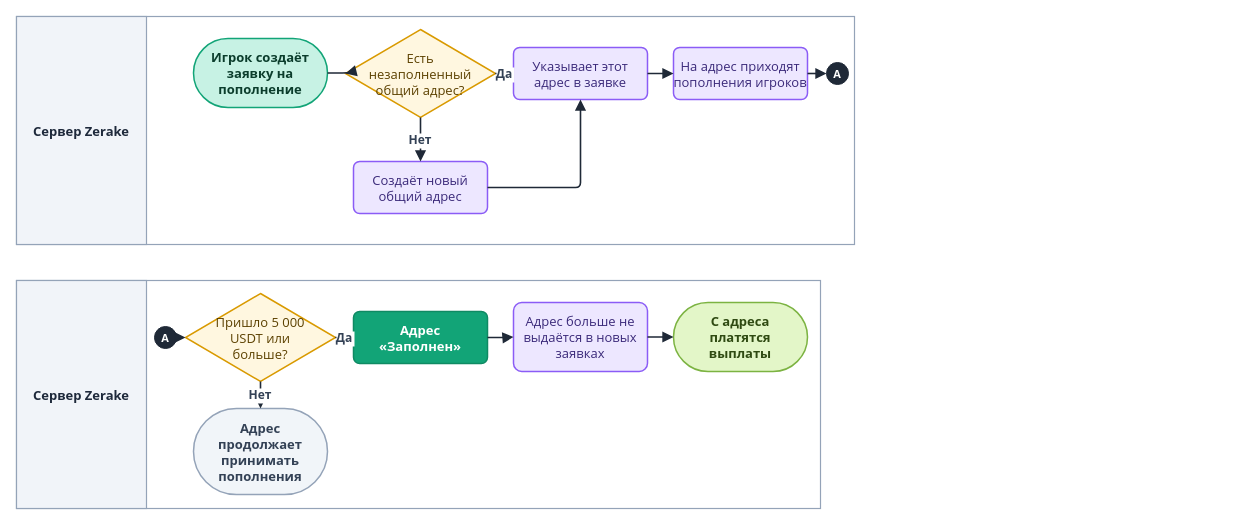
Earlier version of the draw.io diagram diagrams/drawio/pool-address.drawio (LILSUFFER/zerake-docs). Source tidied: cells renumbered, new cells numbered last; positions are measured from the earlier drawing's top-left corner, leaving out a move shared by most shapes. Both pictures are drawn from the tidied source at 100%, with x=0, y=0 at pixel (16, 16).
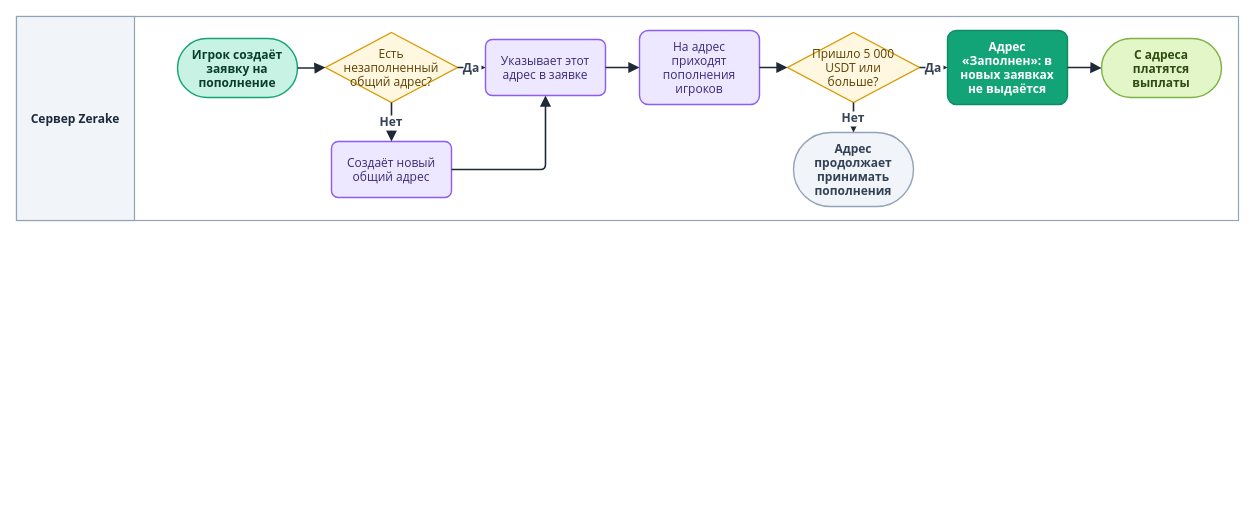
The same diagram, later.

The edit, as a diff of the source:
```diff
@@
     <mxCell id="2" style="rounded=0;html=0;fillColor=#FFFFFF;strokeColor=#94A3B8;strokeWidth=1.2;" parent="1" vertex="1">
-      <mxGeometry width="838" height="228" as="geometry" />
+      <mxGeometry width="1222" height="204" as="geometry" />
     </mxCell>
-    <mxCell id="3" value="Сервер Zerake" style="rounded=0;html=0;fillColor=#F1F4F9;strokeColor=#94A3B8;strokeWidth=1.2;fontColor=#1E293B;fontStyle=1;fontSize=13;fontFamily=Segoe UI;align=center;verticalAlign=middle;" parent="1" vertex="1">
-      <mxGeometry width="130" height="228" as="geometry" />
+    <mxCell id="3" value="Сервер Zerake" style="rounded=0;html=0;fillColor=#F1F4F9;strokeColor=#94A3B8;strokeWidth=1.2;fontColor=#1E293B;fontStyle=1;fontSize=12;fontFamily=Segoe UI;align=center;verticalAlign=middle;" parent="1" vertex="1">
+      <mxGeometry width="118" height="204" as="geometry" />
     </mxCell>
-    <mxCell id="4" style="rounded=0;html=0;fillColor=#FFFFFF;strokeColor=#94A3B8;strokeWidth=1.2;" parent="1" vertex="1">
-      <mxGeometry y="264" width="804" height="228" as="geometry" />
-    </mxCell>
-    <mxCell id="5" value="Сервер Zerake" style="rounded=0;html=0;fillColor=#F1F4F9;strokeColor=#94A3B8;strokeWidth=1.2;fontColor=#1E293B;fontStyle=1;fontSize=13;fontFamily=Segoe UI;align=center;verticalAlign=middle;" parent="1" vertex="1">
-      <mxGeometry y="264" width="130" height="228" as="geometry" />
-    </mxCell>
-    <mxCell id="6" value="Игрок создаёт&#10;заявку на&#10;пополнение" style="rounded=1;arcSize=50;html=0;fontStyle=1;fillColor=#C7F2E4;strokeColor=#12A477;fontColor=#0B3D2C;fontFamily=Segoe UI;fontSize=13;strokeWidth=1.5;" parent="1" vertex="1">
-      <mxGeometry x="177" y="22" width="134" height="69" as="geometry" />
+    <mxCell id="6" value="Игрок создаёт&#10;заявку на&#10;пополнение" style="rounded=1;arcSize=50;html=0;fontStyle=1;fillColor=#C7F2E4;strokeColor=#12A477;fontColor=#0B3D2C;fontFamily=Segoe UI;fontSize=12;strokeWidth=1.4;" parent="1" vertex="1">
+      <mxGeometry x="161" y="22" width="120" height="59" as="geometry" />
     </mxCell>
-    <mxCell id="7" value="Есть&#10;незаполненный&#10;общий адрес?" style="rhombus;html=0;fillColor=#FFF7E0;strokeColor=#D99A00;fontColor=#5C4100;fontFamily=Segoe UI;fontSize=13;strokeWidth=1.5;" parent="1" vertex="1">
-      <mxGeometry x="329" y="13" width="150" height="88" as="geometry" />
+    <mxCell id="7" value="Есть&#10;незаполненный&#10;общий адрес?" style="rhombus;html=0;fillColor=#FFF7E0;strokeColor=#D99A00;fontColor=#5C4100;fontFamily=Segoe UI;fontSize=12;strokeWidth=1.4;" parent="1" vertex="1">
+      <mxGeometry x="309" y="16" width="132" height="70" as="geometry" />
     </mxCell>
-    <mxCell id="8" value="Создаёт новый&#10;общий адрес" style="rounded=1;arcSize=12;html=0;fillColor=#EDE7FF;strokeColor=#8B5CF6;fontColor=#3B2A7A;fontFamily=Segoe UI;fontSize=13;strokeWidth=1.5;" parent="1" vertex="1">
-      <mxGeometry x="337" y="145" width="134" height="52" as="geometry" />
+    <mxCell id="8" value="Создаёт новый&#10;общий адрес" style="rounded=1;arcSize=12;html=0;fillColor=#EDE7FF;strokeColor=#8B5CF6;fontColor=#3B2A7A;fontFamily=Segoe UI;fontSize=12;strokeWidth=1.4;" parent="1" vertex="1">
+      <mxGeometry x="315" y="125" width="120" height="56" as="geometry" />
     </mxCell>
-    <mxCell id="9" value="Указывает этот&#10;адрес в заявке" style="rounded=1;arcSize=12;html=0;fillColor=#EDE7FF;strokeColor=#8B5CF6;fontColor=#3B2A7A;fontFamily=Segoe UI;fontSize=13;strokeWidth=1.5;" parent="1" vertex="1">
-      <mxGeometry x="497" y="31" width="134" height="52" as="geometry" />
+    <mxCell id="9" value="Указывает этот&#10;адрес в заявке" style="rounded=1;arcSize=12;html=0;fillColor=#EDE7FF;strokeColor=#8B5CF6;fontColor=#3B2A7A;fontFamily=Segoe UI;fontSize=12;strokeWidth=1.4;" parent="1" vertex="1">
+      <mxGeometry x="469" y="23" width="120" height="56" as="geometry" />
     </mxCell>
-    <mxCell id="10" value="На адрес приходят&#10;пополнения игроков" style="rounded=1;arcSize=12;html=0;fillColor=#EDE7FF;strokeColor=#8B5CF6;fontColor=#3B2A7A;fontFamily=Segoe UI;fontSize=13;strokeWidth=1.5;" parent="1" vertex="1">
-      <mxGeometry x="657" y="31" width="134" height="52" as="geometry" />
+    <mxCell id="10" value="На адрес&#10;приходят&#10;пополнения&#10;игроков" style="rounded=1;arcSize=12;html=0;fillColor=#EDE7FF;strokeColor=#8B5CF6;fontColor=#3B2A7A;fontFamily=Segoe UI;fontSize=12;strokeWidth=1.4;" parent="1" vertex="1">
+      <mxGeometry x="623" y="14" width="120" height="74" as="geometry" />
     </mxCell>
-    <mxCell id="11" value="Пришло 5 000&#10;USDT или&#10;больше?" style="rhombus;html=0;fillColor=#FFF7E0;strokeColor=#D99A00;fontColor=#5C4100;fontFamily=Segoe UI;fontSize=13;strokeWidth=1.5;" parent="1" vertex="1">
-      <mxGeometry x="169" y="277" width="150" height="88" as="geometry" />
+    <mxCell id="11" value="Пришло 5 000&#10;USDT или&#10;больше?" style="rhombus;html=0;fillColor=#FFF7E0;strokeColor=#D99A00;fontColor=#5C4100;fontFamily=Segoe UI;fontSize=12;strokeWidth=1.4;" parent="1" vertex="1">
+      <mxGeometry x="771" y="16" width="132" height="70" as="geometry" />
     </mxCell>
-    <mxCell id="12" value="Адрес&#10;продолжает&#10;принимать&#10;пополнения" style="rounded=1;arcSize=50;html=0;fontStyle=1;fillColor=#F1F5F9;strokeColor=#94A3B8;fontColor=#334155;fontFamily=Segoe UI;fontSize=13;strokeWidth=1.5;" parent="1" vertex="1">
-      <mxGeometry x="177" y="392" width="134" height="86" as="geometry" />
+    <mxCell id="12" value="Адрес&#10;продолжает&#10;принимать&#10;пополнения" style="rounded=1;arcSize=50;html=0;fontStyle=1;fillColor=#F1F5F9;strokeColor=#94A3B8;fontColor=#334155;fontFamily=Segoe UI;fontSize=12;strokeWidth=1.4;" parent="1" vertex="1">
+      <mxGeometry x="777" y="116" width="120" height="74" as="geometry" />
     </mxCell>
-    <mxCell id="13" value="Адрес&#10;«Заполнен»" style="rounded=1;arcSize=12;html=0;fillColor=#12A477;strokeColor=#0F8A63;fontColor=#FFFFFF;fontStyle=1;fontFamily=Segoe UI;fontSize=13;strokeWidth=1.5;" parent="1" vertex="1">
-      <mxGeometry x="337" y="295" width="134" height="52" as="geometry" />
+    <mxCell id="13" value="Адрес&#10;«Заполнен»: в&#10;новых заявках&#10;не выдаётся" style="rounded=1;arcSize=12;html=0;fillColor=#12A477;strokeColor=#0F8A63;fontColor=#FFFFFF;fontStyle=1;fontFamily=Segoe UI;fontSize=12;strokeWidth=1.4;" parent="1" vertex="1">
+      <mxGeometry x="931" y="14" width="120" height="74" as="geometry" />
     </mxCell>
-    <mxCell id="14" value="Адрес больше не&#10;выдаётся в новых&#10;заявках" style="rounded=1;arcSize=12;html=0;fillColor=#EDE7FF;strokeColor=#8B5CF6;fontColor=#3B2A7A;fontFamily=Segoe UI;fontSize=13;strokeWidth=1.5;" parent="1" vertex="1">
-      <mxGeometry x="497" y="286" width="134" height="69" as="geometry" />
-    </mxCell>
-    <mxCell id="15" value="С адреса&#10;платятся&#10;выплаты" style="rounded=1;arcSize=50;html=0;fontStyle=1;fillColor=#E3F6C8;strokeColor=#7CB342;fontColor=#2F4A12;fontFamily=Segoe UI;fontSize=13;strokeWidth=1.5;" parent="1" vertex="1">
-      <mxGeometry x="657" y="286" width="134" height="69" as="geometry" />
+    <mxCell id="15" value="С адреса&#10;платятся&#10;выплаты" style="rounded=1;arcSize=50;html=0;fontStyle=1;fillColor=#E3F6C8;strokeColor=#7CB342;fontColor=#2F4A12;fontFamily=Segoe UI;fontSize=12;strokeWidth=1.4;" parent="1" vertex="1">
+      <mxGeometry x="1085" y="22" width="120" height="59" as="geometry" />
     </mxCell>
@@
-    <mxCell id="21" value="A" style="ellipse;html=0;fillColor=#1F2937;strokeColor=#1F2937;fontColor=#FFFFFF;fontStyle=1;fontSize=11;fontFamily=Segoe UI;" parent="1" vertex="1">
-      <mxGeometry x="810" y="46" width="22" height="22" as="geometry" />
-    </mxCell>
-    <mxCell id="22" value="A" style="ellipse;html=0;fillColor=#1F2937;strokeColor=#1F2937;fontColor=#FFFFFF;fontStyle=1;fontSize=11;fontFamily=Segoe UI;" parent="1" vertex="1">
-      <mxGeometry x="138" y="310" width="22" height="22" as="geometry" />
-    </mxCell>
-    <mxCell id="23" style="edgeStyle=orthogonalEdgeStyle;rounded=1;arcSize=10;jettySize=auto;html=0;strokeColor=#1F2937;strokeWidth=1.6;endArrow=block;endFill=1;endSize=7;fontFamily=Segoe UI;fontSize=12;fontStyle=1;fontColor=#334155;labelBackgroundColor=#FFFFFF;exitX=1;exitY=0.5;entryX=0;entryY=0.5;" parent="1" edge="1" source="10" target="21">
+    <mxCell id="23" style="edgeStyle=orthogonalEdgeStyle;rounded=1;arcSize=10;jettySize=auto;html=0;strokeColor=#1F2937;strokeWidth=1.6;endArrow=block;endFill=1;endSize=7;fontFamily=Segoe UI;fontSize=12;fontStyle=1;fontColor=#334155;labelBackgroundColor=#FFFFFF;" parent="1" edge="1" source="10" target="11">
       <mxGeometry relative="1" as="geometry" />
     </mxCell>
-    <mxCell id="24" style="edgeStyle=orthogonalEdgeStyle;rounded=1;arcSize=10;jettySize=auto;html=0;strokeColor=#1F2937;strokeWidth=1.6;endArrow=block;endFill=1;endSize=7;fontFamily=Segoe UI;fontSize=12;fontStyle=1;fontColor=#334155;labelBackgroundColor=#FFFFFF;exitX=1;exitY=0.5;entryX=0;entryY=0.5;" parent="1" edge="1" source="22" target="11">
-      <mxGeometry relative="1" as="geometry" />
-    </mxCell>
@@
-    <mxCell id="27" style="edgeStyle=orthogonalEdgeStyle;rounded=1;arcSize=10;jettySize=auto;html=0;strokeColor=#1F2937;strokeWidth=1.6;endArrow=block;endFill=1;endSize=7;fontFamily=Segoe UI;fontSize=12;fontStyle=1;fontColor=#334155;labelBackgroundColor=#FFFFFF;" parent="1" edge="1" source="13" target="14">
+    <mxCell id="27" style="edgeStyle=orthogonalEdgeStyle;rounded=1;arcSize=10;jettySize=auto;html=0;strokeColor=#1F2937;strokeWidth=1.6;endArrow=block;endFill=1;endSize=7;fontFamily=Segoe UI;fontSize=12;fontStyle=1;fontColor=#334155;labelBackgroundColor=#FFFFFF;" parent="1" edge="1" source="13" target="15">
       <mxGeometry relative="1" as="geometry" />
     </mxCell>
-    <mxCell id="28" style="edgeStyle=orthogonalEdgeStyle;rounded=1;arcSize=10;jettySize=auto;html=0;strokeColor=#1F2937;strokeWidth=1.6;endArrow=block;endFill=1;endSize=7;fontFamily=Segoe UI;fontSize=12;fontStyle=1;fontColor=#334155;labelBackgroundColor=#FFFFFF;" parent="1" edge="1" source="14" target="15">
-      <mxGeometry relative="1" as="geometry" />
-    </mxCell>
```
